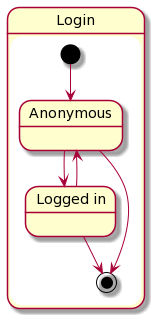
Before: documentation/uml/state/login/login.png, a diagram exported from PlantUML (software-strijders/billy). Its source is kept beside it as documentation/uml/state/login/login.plantuml. Source of this version:
```plantuml
@startuml login
state Login {
    state "Anonymous" as A
    state "Logged in" as L

    [*] --> A
    A --> L
    L --> A
    L --> [*]
    A --> [*]
}
@enduml
```
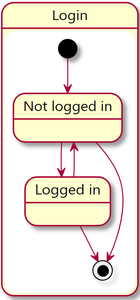
After the change.

Commit message:
Update login state diagram

Diff of the diagram source:
```diff
@@ -1,6 +1,6 @@
 @startuml login
 state Login {
-    state "Anonymous" as A
+    state "Not logged in" as A
     state "Logged in" as L
 
     [*] --> A
```
